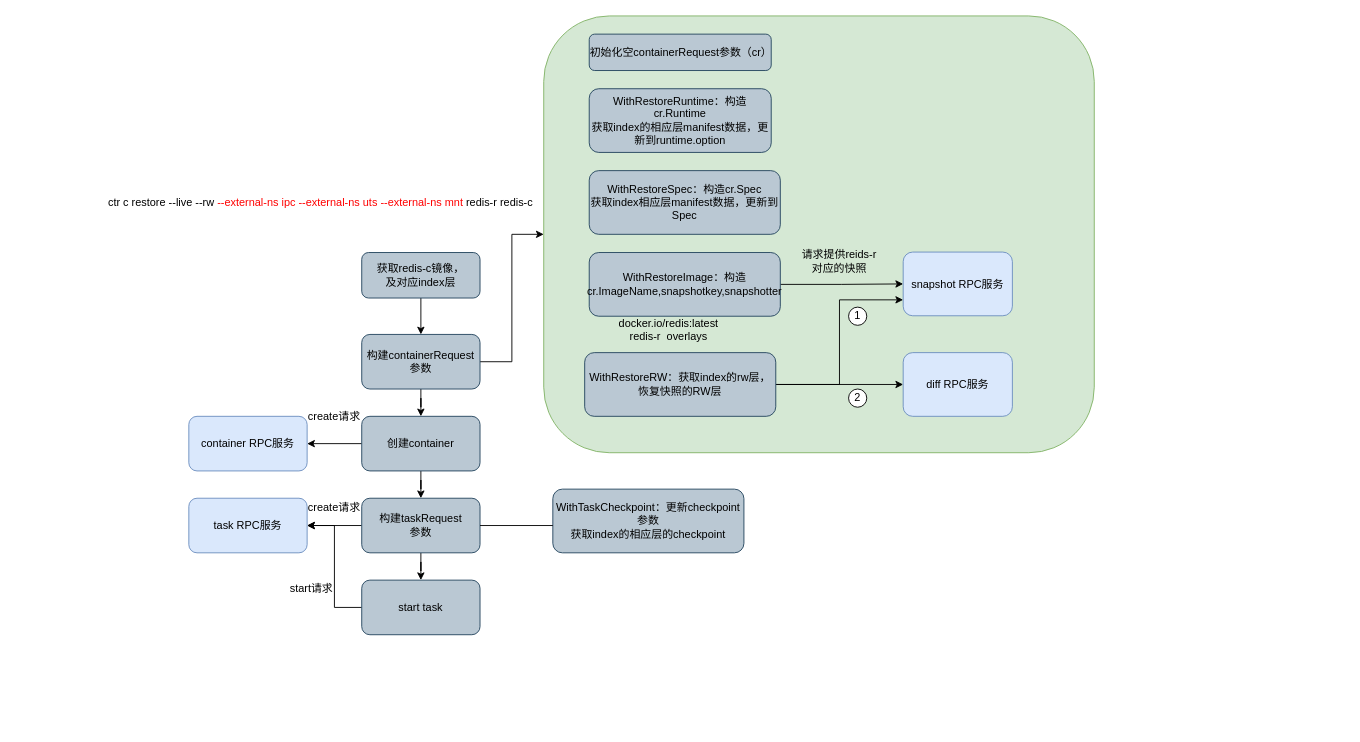
The draw.io diagram containerd.drawio in We1less1111/draw.io, before the edit. Source tidied: cells renumbered, new cells numbered last; positions are measured from the earlier drawing's top-left corner, leaving out a move shared by most shapes. Both pictures are drawn from the tidied source at 91%, with x=0, y=0 at pixel (43, 15).
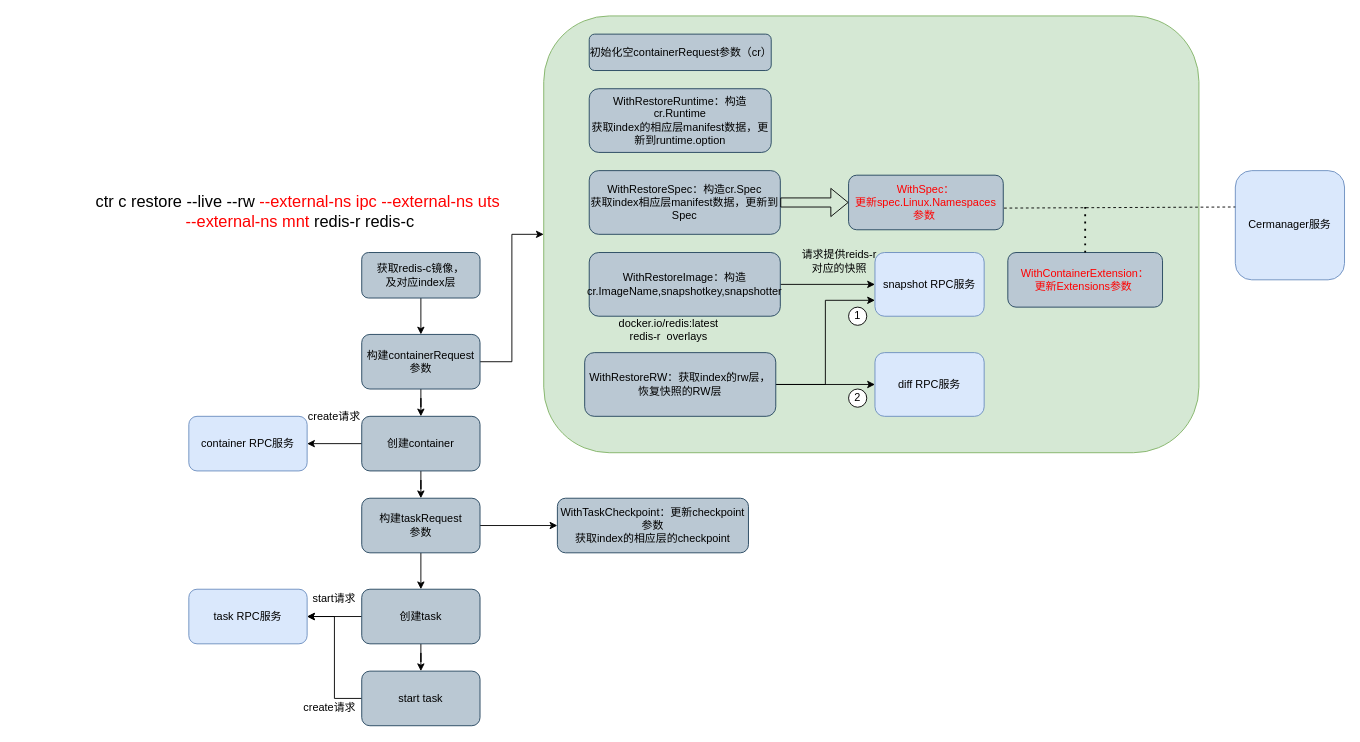
After the change.

The change refers to these unchanged cells:
```xml
<mxCell id="11" value="&lt;div&gt;WithRestoreSpec：构造cr.Spec&lt;/div&gt;&lt;div&gt;&lt;span style=&quot;background-color: initial;&quot;&gt;获取index相应层manifest数据，更新到Spec&lt;/span&gt;&lt;br&gt;&lt;/div&gt;" style="rounded=1;whiteSpace=wrap;html=1;fillColor=#bac8d3;strokeColor=#23445d;" parent="1" vertex="1">
  <mxGeometry x="600" y="170" width="210" height="70" as="geometry" />
</mxCell>
<mxCell id="29" value="构建taskRequest&lt;div&gt;参数&lt;/div&gt;" style="rounded=1;whiteSpace=wrap;html=1;fillColor=#bac8d3;strokeColor=#23445d;" parent="1" vertex="1">
  <mxGeometry x="350" y="530" width="130" height="60" as="geometry" />
</mxCell>
```

The edit, as a diff of the source:
```diff
@@
     <mxCell id="2" style="rounded=1;whiteSpace=wrap;html=1;fillColor=#d5e8d4;strokeColor=#82b366;" parent="1" vertex="1">
-      <mxGeometry x="550" width="605" height="480" as="geometry" />
+      <mxGeometry x="550" width="720" height="480" as="geometry" />
     </mxCell>
-    <mxCell id="3" value="ctr c restore --live --rw &lt;font color=&quot;#ff0000&quot;&gt;--external-ns ipc --external-ns uts --external-ns mnt&lt;/font&gt; redis-r redis-c" style="text;html=1;align=center;verticalAlign=middle;whiteSpace=wrap;rounded=0;" parent="1" vertex="1">
-      <mxGeometry y="190" width="610" height="30" as="geometry" />
+    <mxCell id="3" value="&lt;font style=&quot;font-size: 18px;&quot;&gt;ctr c restore --live --rw &lt;font style=&quot;font-size: 18px;&quot; color=&quot;#ff0000&quot;&gt;--external-ns ipc --external-ns uts&amp;nbsp;&lt;/font&gt;&lt;/font&gt;&lt;div&gt;&lt;font style=&quot;font-size: 18px;&quot;&gt;&lt;font style=&quot;font-size: 18px;&quot; color=&quot;#ff0000&quot;&gt;--external-ns mnt&lt;/font&gt; redis-r redis-c&lt;/font&gt;&lt;/div&gt;" style="text;html=1;align=center;verticalAlign=middle;whiteSpace=wrap;rounded=0;" parent="1" vertex="1">
+      <mxGeometry x="-30" y="190" width="625" height="50" as="geometry" />
     </mxCell>
@@
     <mxCell id="15" value="snapshot RPC服务" style="rounded=1;whiteSpace=wrap;html=1;fillColor=#dae8fc;strokeColor=#6c8ebf;" parent="1" vertex="1">
-      <mxGeometry x="945" y="259.5" width="120" height="70" as="geometry" />
+      <mxGeometry x="914" y="260" width="120" height="70" as="geometry" />
     </mxCell>
@@
     <mxCell id="20" value="diff RPC服务" style="rounded=1;whiteSpace=wrap;html=1;fillColor=#dae8fc;strokeColor=#6c8ebf;" parent="1" vertex="1">
-      <mxGeometry x="945" y="370" width="120" height="70" as="geometry" />
+      <mxGeometry x="914" y="370" width="120" height="70" as="geometry" />
     </mxCell>
@@
-    <mxCell id="27" style="edgeStyle=orthogonalEdgeStyle;rounded=0;jettySize=auto;html=1;entryX=1;entryY=0.5;entryDx=0;entryDy=0;" parent="1" edge="1" source="29" target="31">
-      <mxGeometry relative="1" as="geometry" />
-    </mxCell>
-    <mxCell id="28" style="edgeStyle=orthogonalEdgeStyle;rounded=0;jettySize=auto;html=1;entryX=0.5;entryY=0;entryDx=0;entryDy=0;" parent="1" edge="1" source="29" target="35">
-      <mxGeometry relative="1" as="geometry" />
-    </mxCell>
+    <mxCell id="38" style="edgeStyle=orthogonalEdgeStyle;rounded=0;jettySize=auto;html=1;entryX=0.5;entryY=0;entryDx=0;entryDy=0;" parent="1" edge="1" source="29" target="42">
+      <mxGeometry relative="1" as="geometry" />
+    </mxCell>
+    <mxCell id="39" style="edgeStyle=orthogonalEdgeStyle;rounded=0;jettySize=auto;html=1;entryX=0;entryY=0.5;entryDx=0;entryDy=0;" parent="1" edge="1" source="29" target="30">
+      <mxGeometry relative="1" as="geometry" />
+    </mxCell>
@@
     <mxCell id="30" value="&lt;div&gt;WithTaskCheckpoint：更新checkpoint参数&lt;/div&gt;&lt;div&gt;获取index的相应层的&lt;span style=&quot;background-color: initial;&quot;&gt;checkpoint&lt;/span&gt;&lt;/div&gt;" style="rounded=1;whiteSpace=wrap;html=1;fillColor=#bac8d3;strokeColor=#23445d;" parent="1" vertex="1">
-      <mxGeometry x="560" y="520" width="210" height="70" as="geometry" />
+      <mxGeometry x="565" y="530" width="210" height="60" as="geometry" />
     </mxCell>
     <mxCell id="31" value="task RPC服务" style="rounded=1;whiteSpace=wrap;html=1;fillColor=#dae8fc;strokeColor=#6c8ebf;" parent="1" vertex="1">
-      <mxGeometry x="160" y="530" width="130" height="60" as="geometry" />
+      <mxGeometry x="160" y="630" width="130" height="60" as="geometry" />
     </mxCell>
@@
     <mxCell id="33" value="create请求" style="text;html=1;align=center;verticalAlign=middle;whiteSpace=wrap;rounded=0;" parent="1" vertex="1">
-      <mxGeometry x="275" y="520" width="90" height="40" as="geometry" />
+      <mxGeometry x="270" y="740" width="90" height="40" as="geometry" />
     </mxCell>
@@
     <mxCell id="35" value="start task" style="rounded=1;whiteSpace=wrap;html=1;fillColor=#bac8d3;strokeColor=#23445d;" parent="1" vertex="1">
-      <mxGeometry x="350" y="620" width="130" height="60" as="geometry" />
+      <mxGeometry x="350" y="720" width="130" height="60" as="geometry" />
     </mxCell>
     <mxCell id="36" value="start请求" style="text;html=1;align=center;verticalAlign=middle;whiteSpace=wrap;rounded=0;" parent="1" vertex="1">
-      <mxGeometry x="250" y="610" width="90" height="40" as="geometry" />
+      <mxGeometry x="275" y="620" width="90" height="40" as="geometry" />
     </mxCell>
-    <mxCell id="37" style="endArrow=none;html=1;rounded=0;exitX=1;exitY=0.5;exitDx=0;exitDy=0;" parent="1" edge="1" source="29">
-      <mxGeometry relative="1" as="geometry">
-        <mxPoint x="560" y="560" as="targetPoint" />
-      </mxGeometry>
-    </mxCell>
+    <mxCell id="40" style="edgeStyle=orthogonalEdgeStyle;rounded=0;jettySize=auto;html=1;entryX=0.5;entryY=0;entryDx=0;entryDy=0;" parent="1" edge="1" source="42" target="35">
+      <mxGeometry relative="1" as="geometry" />
+    </mxCell>
+    <mxCell id="41" style="edgeStyle=orthogonalEdgeStyle;rounded=0;jettySize=auto;html=1;entryX=1;entryY=0.5;entryDx=0;entryDy=0;" parent="1" edge="1" source="42" target="31">
+      <mxGeometry relative="1" as="geometry" />
+    </mxCell>
+    <mxCell id="42" value="创建task" style="rounded=1;whiteSpace=wrap;html=1;fillColor=#bac8d3;strokeColor=#23445d;" parent="1" vertex="1">
+      <mxGeometry x="350" y="630" width="130" height="60" as="geometry" />
+    </mxCell>
+    <mxCell id="43" value="&lt;font color=&quot;#ff0000&quot;&gt;WithSpec：&lt;/font&gt;&lt;div&gt;&lt;font color=&quot;#ff0000&quot;&gt;更新&lt;span style=&quot;background-color: initial;&quot;&gt;spec.Linux.Namespaces&lt;/span&gt;&lt;/font&gt;&lt;div&gt;&lt;span style=&quot;background-color: initial;&quot;&gt;&lt;font color=&quot;#ff0000&quot;&gt;参数&amp;nbsp;&lt;/font&gt;&lt;/span&gt;&lt;/div&gt;&lt;/div&gt;" style="rounded=1;whiteSpace=wrap;html=1;fillColor=#bac8d3;strokeColor=#23445d;" parent="1" vertex="1">
+      <mxGeometry x="885" y="175" width="170" height="60" as="geometry" />
+    </mxCell>
+    <mxCell id="44" value="&lt;div&gt;&lt;font color=&quot;#ff0000&quot;&gt;WithContainerExtension&lt;span style=&quot;background-color: initial;&quot;&gt;：&lt;/span&gt;&lt;/font&gt;&lt;/div&gt;&lt;div&gt;&lt;font color=&quot;#ff0000&quot;&gt;更新&lt;span style=&quot;background-color: initial;&quot;&gt;Extensions&lt;/span&gt;&lt;span style=&quot;background-color: initial;&quot;&gt;参数&amp;nbsp;&lt;/span&gt;&lt;/font&gt;&lt;/div&gt;" style="rounded=1;whiteSpace=wrap;html=1;fillColor=#bac8d3;strokeColor=#23445d;" parent="1" vertex="1">
+      <mxGeometry x="1060" y="260" width="170" height="60" as="geometry" />
+    </mxCell>
+    <mxCell id="45" style="shape=flexArrow;endArrow=classic;html=1;rounded=0;exitX=1;exitY=0.5;exitDx=0;exitDy=0;entryX=0;entryY=0.5;entryDx=0;entryDy=0;" parent="1" edge="1" source="11" target="43">
+      <mxGeometry relative="1" as="geometry" />
+    </mxCell>
+    <mxCell id="46" value="Cermanager服务" style="rounded=1;whiteSpace=wrap;html=1;fillColor=#dae8fc;strokeColor=#6c8ebf;" parent="1" vertex="1">
+      <mxGeometry x="1310" y="170" width="120" height="120" as="geometry" />
+    </mxCell>
+    <mxCell id="47" style="endArrow=none;dashed=1;html=1;rounded=0;exitX=1.005;exitY=0.603;exitDx=0;exitDy=0;exitPerimeter=0;entryX=0;entryY=0.333;entryDx=0;entryDy=0;entryPerimeter=0;" parent="1" edge="1" source="43" target="46">
+      <mxGeometry relative="1" as="geometry" />
+    </mxCell>
+    <mxCell id="48" style="endArrow=none;dashed=1;html=1;dashPattern=1 3;strokeWidth=2;rounded=0;exitX=0.5;exitY=0;exitDx=0;exitDy=0;" parent="1" edge="1" source="44">
+      <mxGeometry relative="1" as="geometry">
+        <mxPoint x="1145" y="210" as="targetPoint" />
+      </mxGeometry>
+    </mxCell>
```
